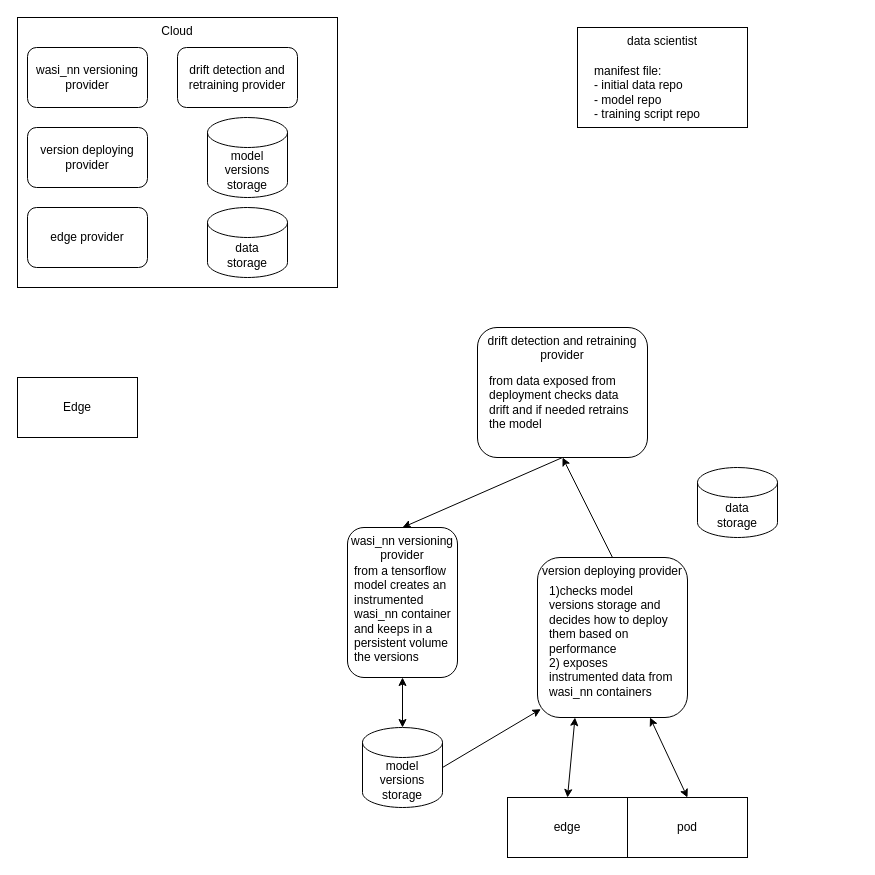
Lucaserf/tiniMLVM keeps this draw.io diagram as MLOps.drawio. Above is the earlier version. Source tidied: cells renumbered, new cells numbered last; positions are measured from the earlier drawing's top-left corner, leaving out a move shared by most shapes. Both pictures are drawn from the tidied source at 100%, with x=0, y=0 at pixel (17, 17).
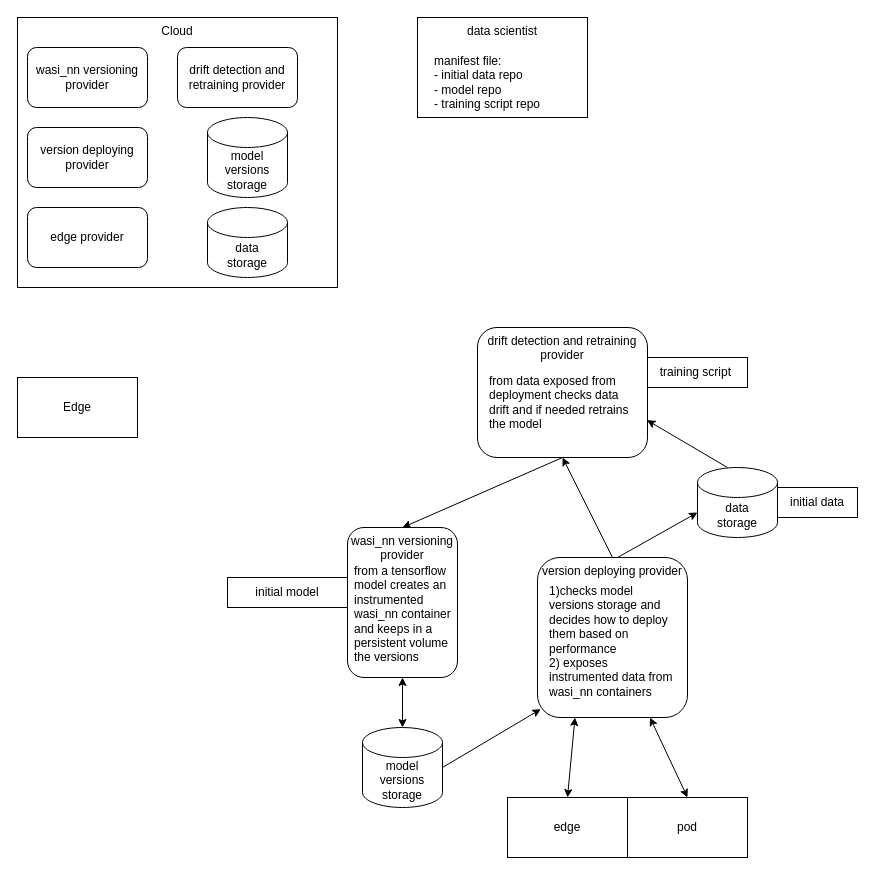
The same page after the edit.

Unchanged cells that the change refers to:
```xml
<mxCell id="16" value="drift detection and retraining provider" style="rounded=1;whiteSpace=wrap;html=1;verticalAlign=top;" parent="1" vertex="1">
  <mxGeometry x="460" y="310" width="170" height="130" as="geometry" />
</mxCell>
<mxCell id="27" value="data&lt;div&gt;storage&lt;/div&gt;" style="shape=cylinder3;whiteSpace=wrap;html=1;boundedLbl=1;backgroundOutline=1;size=15;" parent="1" vertex="1">
  <mxGeometry x="680" y="450" width="80" height="70" as="geometry" />
</mxCell>
```

Diff of the diagram source:
```diff
@@
     <mxCell id="3" value="data scientist" style="rounded=0;whiteSpace=wrap;html=1;verticalAlign=top;" parent="1" vertex="1">
-      <mxGeometry x="560" y="10" width="170" height="100" as="geometry" />
+      <mxGeometry x="400" width="170" height="100" as="geometry" />
     </mxCell>
     <mxCell id="4" value="&lt;div&gt;manifest file:&lt;/div&gt;- initial data repo&lt;div&gt;- model repo&lt;/div&gt;&lt;div&gt;- training script repo&lt;/div&gt;" style="text;html=1;align=left;verticalAlign=top;whiteSpace=wrap;rounded=0;" parent="1" vertex="1">
-      <mxGeometry x="575" y="40" width="145" height="70" as="geometry" />
+      <mxGeometry x="415" y="30" width="145" height="70" as="geometry" />
     </mxCell>
@@
+    <mxCell id="28" style="endArrow=classic;html=1;rounded=0;entryX=0;entryY=0;entryDx=0;entryDy=45;entryPerimeter=0;" parent="1" edge="1" target="27">
+      <mxGeometry relative="1" as="geometry">
+        <mxPoint x="600" y="540" as="sourcePoint" />
+      </mxGeometry>
+    </mxCell>
+    <mxCell id="29" style="endArrow=classic;html=1;rounded=0;entryX=0.997;entryY=0.713;entryDx=0;entryDy=0;entryPerimeter=0;" parent="1" edge="1" target="16">
+      <mxGeometry relative="1" as="geometry">
+        <mxPoint x="710" y="450" as="sourcePoint" />
+      </mxGeometry>
+    </mxCell>
+    <mxCell id="30" value="training script&amp;nbsp;" style="rounded=0;whiteSpace=wrap;html=1;" parent="1" vertex="1">
+      <mxGeometry x="630" y="340" width="100" height="30" as="geometry" />
+    </mxCell>
+    <mxCell id="31" value="initial model" style="rounded=0;whiteSpace=wrap;html=1;" parent="1" vertex="1">
+      <mxGeometry x="210" y="560" width="120" height="30" as="geometry" />
+    </mxCell>
+    <mxCell id="32" value="initial data" style="rounded=0;whiteSpace=wrap;html=1;" parent="1" vertex="1">
+      <mxGeometry x="760" y="470" width="80" height="30" as="geometry" />
+    </mxCell>
```
